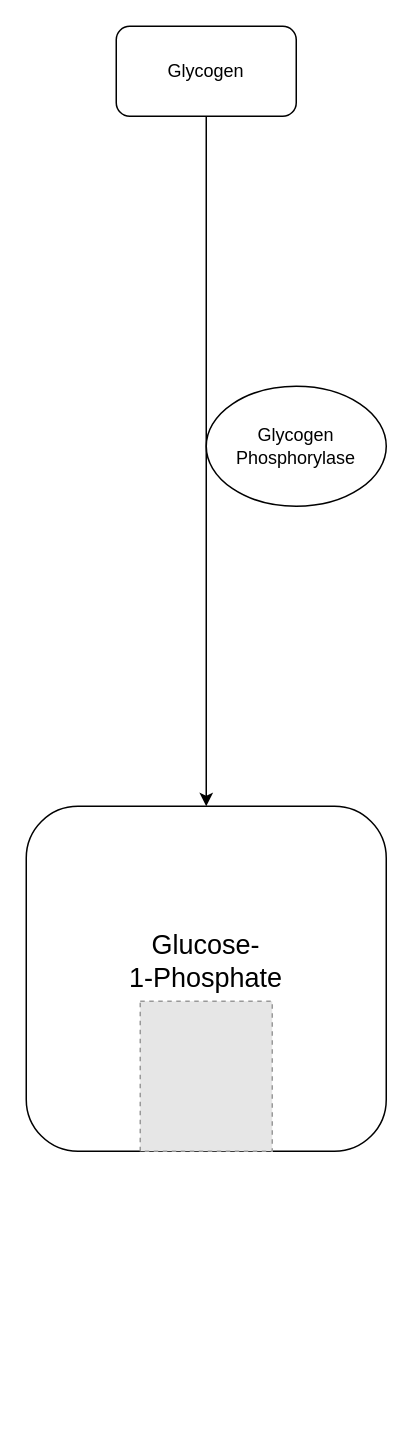
The draw.io diagram Untitled Diagram.drawio in Mr-Bufo-bufo/Biochemistry-Pathway, before the edit. Source tidied: cells renumbered, new cells numbered last; positions are measured from the earlier drawing's top-left corner, leaving out a move shared by most shapes. Both pictures are drawn from the tidied source at 150%, with x=0, y=0 at pixel (26, 26). Pictures stored in the file or linked from it are replaced by grey dashed boxes.
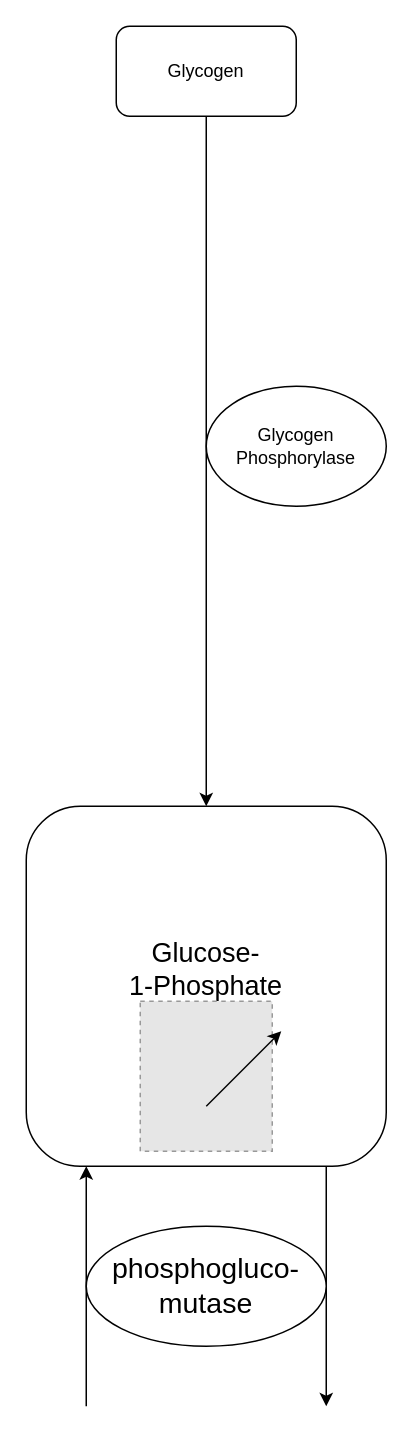
After the change.

The edit, as a diff of the source:
```diff
@@
 <mxGraphModel>
   <root>
     <mxCell id="0" />
     <mxCell id="1" parent="0" />
     <mxCell id="2" value="Glycogen" style="rounded=1;whiteSpace=wrap;html=1;" parent="1" vertex="1">
       <mxGeometry x="60" width="120" height="60" as="geometry" />
     </mxCell>
     <mxCell id="3" style="endArrow=classic;html=1;exitX=0.5;exitY=1;exitDx=0;exitDy=0;" parent="1" edge="1" source="2">
       <mxGeometry relative="1" as="geometry">
         <mxPoint x="120" y="520" as="targetPoint" />
       </mxGeometry>
     </mxCell>
     <mxCell id="4" value="&lt;div&gt;Glycogen&lt;/div&gt;&lt;div&gt;Phosphorylase&lt;br&gt;&lt;/div&gt;" style="ellipse;whiteSpace=wrap;html=1;" parent="1" vertex="1">
       <mxGeometry x="120" y="240" width="120" height="80" as="geometry" />
     </mxCell>
     <mxCell id="5" value="&lt;div style=&quot;font-size: 18px&quot;&gt;&lt;font style=&quot;font-size: 18px&quot;&gt;Glucose-&lt;/font&gt;&lt;/div&gt;&lt;div style=&quot;font-size: 18px&quot;&gt;&lt;font style=&quot;font-size: 18px&quot;&gt;1-Phosphate&lt;/font&gt;&lt;/div&gt;&lt;div style=&quot;font-size: 18px&quot;&gt;&lt;font style=&quot;font-size: 18px&quot;&gt;&lt;br&gt;&lt;/font&gt;&lt;/div&gt;" style="rounded=1;whiteSpace=wrap;html=1;" parent="1" vertex="1">
-      <mxGeometry y="520" width="240" height="230" as="geometry" />
+      <mxGeometry y="520" width="240" height="240" as="geometry" />
     </mxCell>
     <mxCell id="6" style="fillColor=#E6E6E6;strokeColor=#999999;dashed=1;verticalLabelPosition=bottom;labelBackgroundColor=#ffffff;verticalAlign=top;" parent="1" vertex="1">
       <mxGeometry x="76" y="650" width="88" height="100" as="geometry" />
     </mxCell>
+    <mxCell id="7" style="endArrow=classic;html=1;" parent="1" edge="1">
+      <mxGeometry relative="1" as="geometry">
+        <mxPoint x="120" y="720" as="sourcePoint" />
+        <mxPoint x="170" y="670" as="targetPoint" />
+      </mxGeometry>
+    </mxCell>
+    <mxCell id="8" style="endArrow=classic;html=1;" parent="1" edge="1">
+      <mxGeometry relative="1" as="geometry">
+        <mxPoint x="200" y="760" as="sourcePoint" />
+        <mxPoint x="200" y="920" as="targetPoint" />
+      </mxGeometry>
+    </mxCell>
+    <mxCell id="9" style="endArrow=classic;html=1;" parent="1" edge="1">
+      <mxGeometry relative="1" as="geometry">
+        <mxPoint x="40" y="920" as="sourcePoint" />
+        <mxPoint x="40" y="760" as="targetPoint" />
+      </mxGeometry>
+    </mxCell>
+    <mxCell id="10" value="&lt;font style=&quot;font-size: 19px&quot;&gt;phosphogluco-mutase&lt;/font&gt;" style="ellipse;whiteSpace=wrap;html=1;" parent="1" vertex="1">
+      <mxGeometry x="40" y="800" width="160" height="80" as="geometry" />
+    </mxCell>
   </root>
 </mxGraphModel>
```
